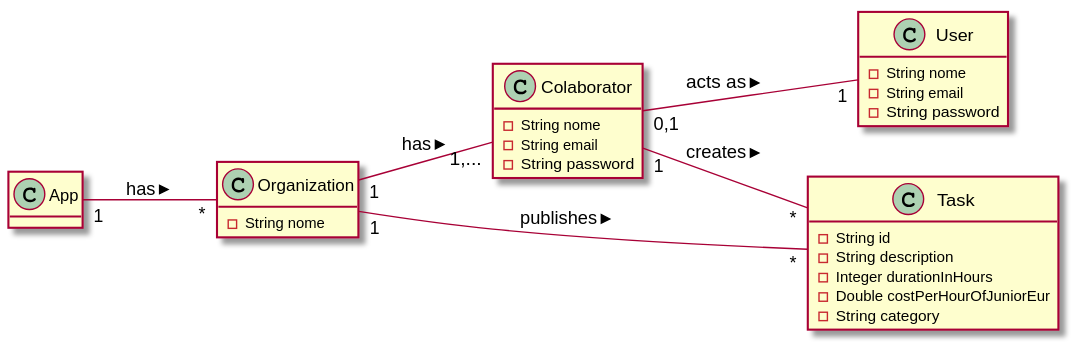
botelho-io/lapr2-2020-g029 keeps this PlantUML diagram as docs/UC_02/UC02_SSD.svg. Above is the earlier version. Source of this version:
```plantuml
@startuml

hide methods
left to right direction

class App {

}

class Organization {
        - String nome
}


class Colaborator {
        - String nome
        - String email
        - String password
}

class Task {
        - String id
        - String description
        - Integer durationInHours
        - Double costPerHourOfJuniorEur
        - String category
}

class User {
        - String nome
        - String email
        - String password
}

Colaborator                "0,1" -- "1"      User                      : acts as >
Colaborator                  "1" -- "*"      Task                      : creates >
Organization                 "1" -- "1,..."  Colaborator               : has >
Organization                 "1" -- "*"      Task                      : publishes >
App                          "1" -- "*"      Organization              : has >


@enduml
```
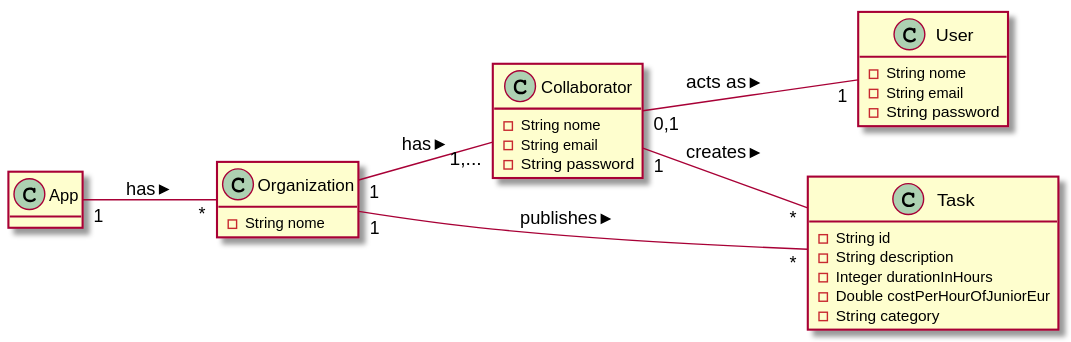
After the commit.

The edit, as a diff of the source:
```diff
@@ -12,7 +12,7 @@
 }
 
 
-class Colaborator {
+class Collaborator {
         - String nome
         - String email
         - String password
@@ -32,9 +32,9 @@
         - String password
 }
 
-Colaborator                "0,1" -- "1"      User                      : acts as >
-Colaborator                  "1" -- "*"      Task                      : creates >
-Organization                 "1" -- "1,..."  Colaborator               : has >
+Collaborator                "0,1" -- "1"      User                      : acts as >
+Collaborator                  "1" -- "*"      Task                      : creates >
+Organization                 "1" -- "1,..."  Collaborator               : has >
 Organization                 "1" -- "*"      Task                      : publishes >
 App                          "1" -- "*"      Organization              : has >
 
```
